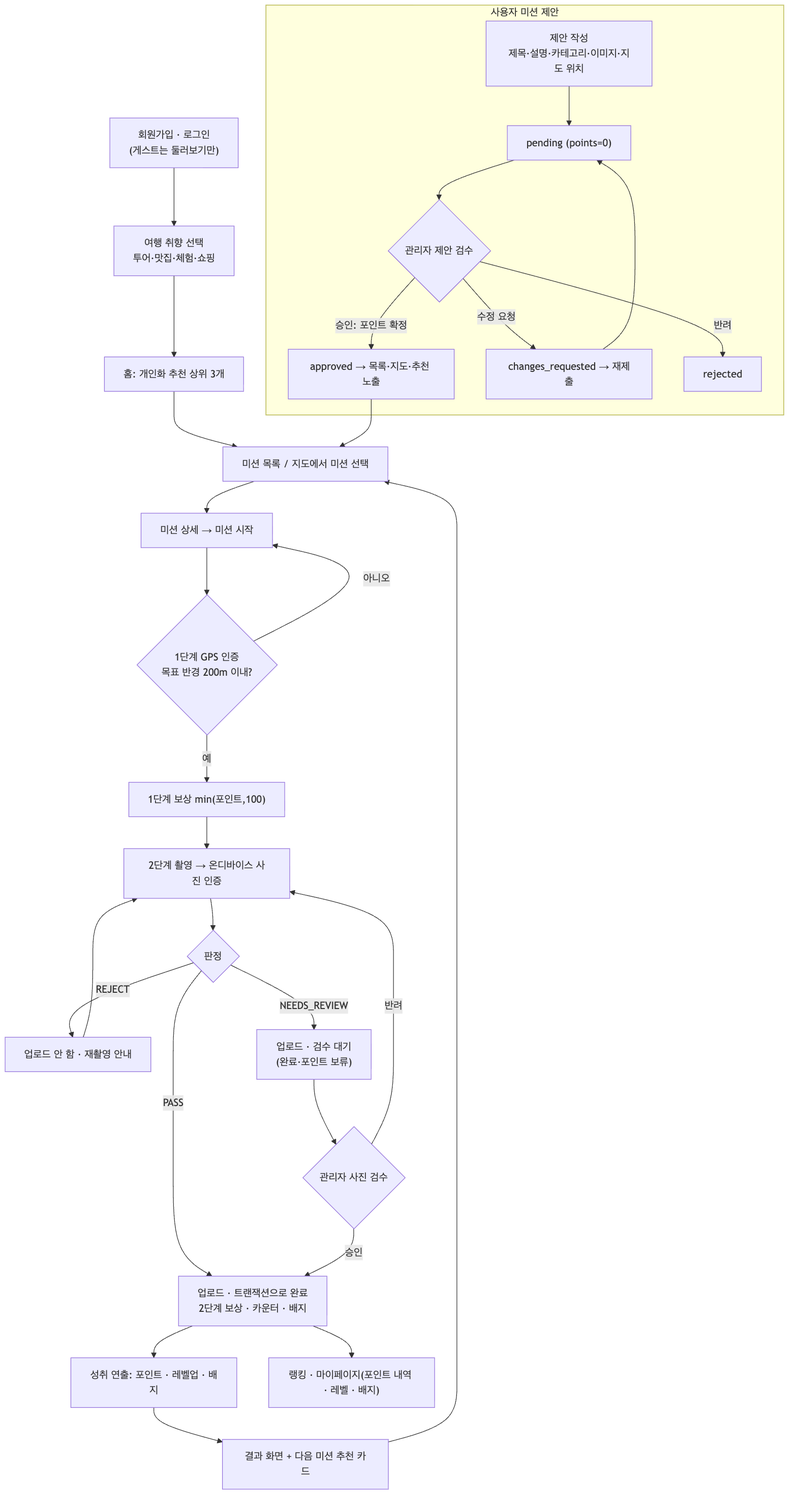
Above: docs/diagrams/02-service-flow.png in kimgayeon430/seoul-quest (Mermaid), before the change. Its source is kept beside it as docs/diagrams/02-service-flow.mmd. Its diagram source:
```mermaid
flowchart TD
  A["회원가입 · 로그인<br/>(게스트는 둘러보기만)"] --> B["여행 취향 선택<br/>투어·맛집·체험·쇼핑"]
  B --> C["홈: 개인화 추천 상위 3개"]
  C --> D["미션 목록 / 지도에서 미션 선택"]
  D --> E["미션 상세 → 미션 시작"]
  E --> F{"1단계 GPS 인증<br/>목표 반경 200m 이내?"}
  F -- 아니오 --> E
  F -- 예 --> G["1단계 보상 min(포인트,100)"]
  G --> H["2단계 촬영 → 온디바이스 사진 인증"]
  H --> I{"판정"}
  I -- REJECT --> H2["업로드 안 함 · 재촬영 안내"] --> H
  I -- NEEDS_REVIEW --> J["업로드 · 검수 대기<br/>(완료·포인트 보류)"]
  I -- PASS --> K["업로드 · 트랜잭션으로 완료<br/>2단계 보상 · 카운터 · 배지"]
  J --> R{"관리자 사진 검수"}
  R -- 승인 --> K
  R -- 반려 --> H
  K --> L["성취 연출: 포인트 · 레벨업 · 배지"]
  L --> M["결과 화면 + 다음 미션 추천 카드"]
  M --> D
  K --> N["랭킹 · 마이페이지(포인트 내역 · 레벨 · 배지)"]
  subgraph Proposal["사용자 미션 제안"]
    P1["제안 작성<br/>제목·설명·카테고리·이미지·지도 위치"] --> P2["pending (points=0)"]
    P2 --> P3{"관리자 제안 검수"}
    P3 -- 승인: 포인트 확정 --> P4["approved → 목록·지도·추천 노출"]
    P3 -- 수정 요청 --> P5["changes_requested → 재제출"] --> P2
    P3 -- 반려 --> P6["rejected"]
  end
  P4 --> D
```
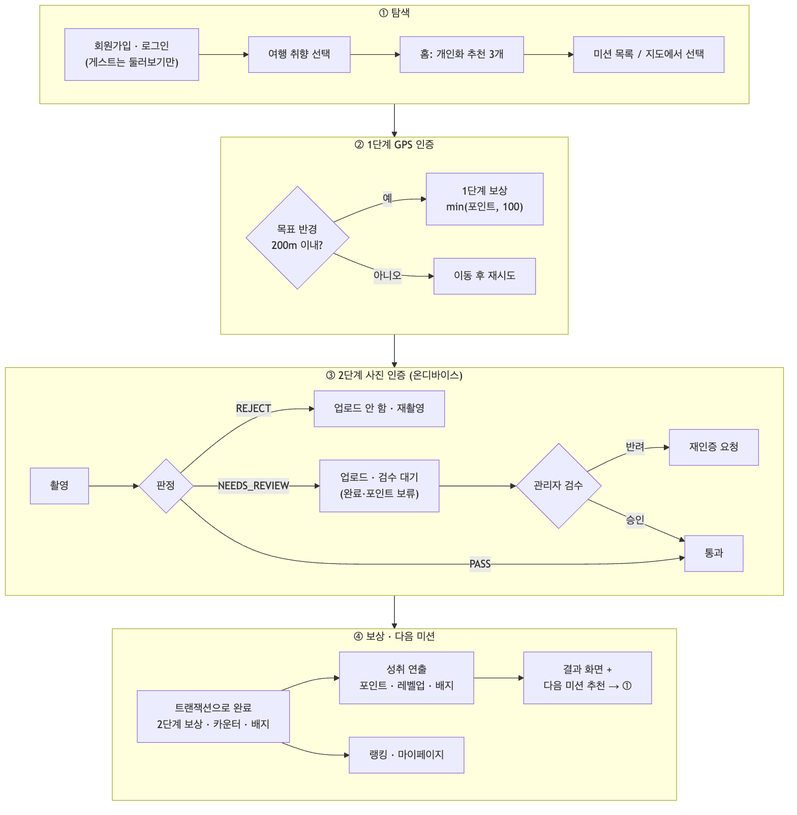
Above is the later version.

Diff of the diagram source:
```diff
@@ -1,28 +1,25 @@
-flowchart TD
-  A["회원가입 · 로그인<br/>(게스트는 둘러보기만)"] --> B["여행 취향 선택<br/>투어·맛집·체험·쇼핑"]
-  B --> C["홈: 개인화 추천 상위 3개"]
-  C --> D["미션 목록 / 지도에서 미션 선택"]
-  D --> E["미션 상세 → 미션 시작"]
-  E --> F{"1단계 GPS 인증<br/>목표 반경 200m 이내?"}
-  F -- 아니오 --> E
-  F -- 예 --> G["1단계 보상 min(포인트,100)"]
-  G --> H["2단계 촬영 → 온디바이스 사진 인증"]
-  H --> I{"판정"}
-  I -- REJECT --> H2["업로드 안 함 · 재촬영 안내"] --> H
-  I -- NEEDS_REVIEW --> J["업로드 · 검수 대기<br/>(완료·포인트 보류)"]
-  I -- PASS --> K["업로드 · 트랜잭션으로 완료<br/>2단계 보상 · 카운터 · 배지"]
-  J --> R{"관리자 사진 검수"}
-  R -- 승인 --> K
-  R -- 반려 --> H
-  K --> L["성취 연출: 포인트 · 레벨업 · 배지"]
-  L --> M["결과 화면 + 다음 미션 추천 카드"]
-  M --> D
-  K --> N["랭킹 · 마이페이지(포인트 내역 · 레벨 · 배지)"]
-  subgraph Proposal["사용자 미션 제안"]
-    P1["제안 작성<br/>제목·설명·카테고리·이미지·지도 위치"] --> P2["pending (points=0)"]
-    P2 --> P3{"관리자 제안 검수"}
-    P3 -- 승인: 포인트 확정 --> P4["approved → 목록·지도·추천 노출"]
-    P3 -- 수정 요청 --> P5["changes_requested → 재제출"] --> P2
-    P3 -- 반려 --> P6["rejected"]
+flowchart TB
+  subgraph S1["① 탐색"]
+    direction LR
+    A["회원가입 · 로그인<br/>(게스트는 둘러보기만)"] --> B["여행 취향 선택"] --> C["홈: 개인화 추천 3개"] --> D["미션 목록 / 지도에서 선택"]
   end
-  P4 --> D
+  subgraph S2["② 1단계 GPS 인증"]
+    direction LR
+    F{"목표 반경<br/>200m 이내?"} -- 예 --> G["1단계 보상<br/>min(포인트, 100)"]
+    F -- 아니오 --> F2["이동 후 재시도"]
+  end
+  subgraph S3["③ 2단계 사진 인증 (온디바이스)"]
+    direction LR
+    H["촬영"] --> I{"판정"}
+    I -- REJECT --> H2["업로드 안 함 · 재촬영"]
+    I -- NEEDS_REVIEW --> J["업로드 · 검수 대기<br/>(완료·포인트 보류)"] --> R{"관리자 검수"}
+    R -- 반려 --> H3["재인증 요청"]
+    I -- PASS --> OK["통과"]
+    R -- 승인 --> OK
+  end
+  subgraph S4["④ 보상 · 다음 미션"]
+    direction LR
+    K["트랜잭션으로 완료<br/>2단계 보상 · 카운터 · 배지"] --> L["성취 연출<br/>포인트 · 레벨업 · 배지"] --> M["결과 화면 +<br/>다음 미션 추천 → ①"]
+    K --> N["랭킹 · 마이페이지"]
+  end
+  S1 --> S2 --> S3 --> S4
```
